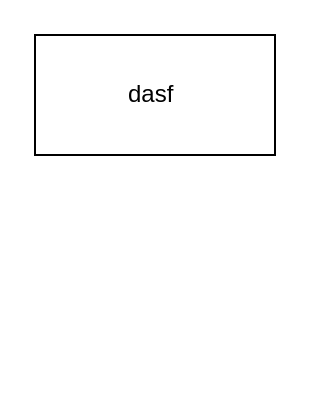
This is 未命名绘图.drawio from Chengqiming/uvc-gadget, a draw.io file, before an edit. Source tidied: cells renumbered, new cells numbered last; positions are measured from the earlier drawing's top-left corner, leaving out a move shared by most shapes. Both pictures are drawn from the tidied source at 200%, with x=0, y=0 at pixel (34, 34).
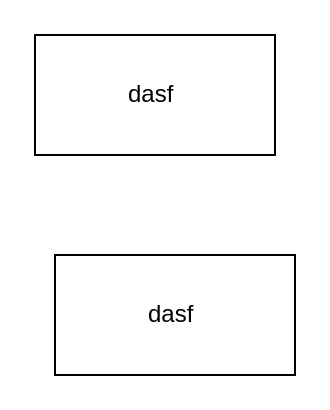
The same diagram, later.

Change to the diagram source:
```diff
@@
 <mxGraphModel>
   <root>
     <mxCell id="0" />
     <mxCell id="1" parent="0" />
     <mxCell id="2" value="dasf&amp;nbsp;" style="rounded=0;whiteSpace=wrap;html=1;" parent="1" vertex="1">
       <mxGeometry width="120" height="60" as="geometry" />
     </mxCell>
+    <mxCell id="3" value="dasf&amp;nbsp;" style="rounded=0;whiteSpace=wrap;html=1;" parent="1" vertex="1">
+      <mxGeometry x="10" y="110" width="120" height="60" as="geometry" />
+    </mxCell>
   </root>
 </mxGraphModel>
```
